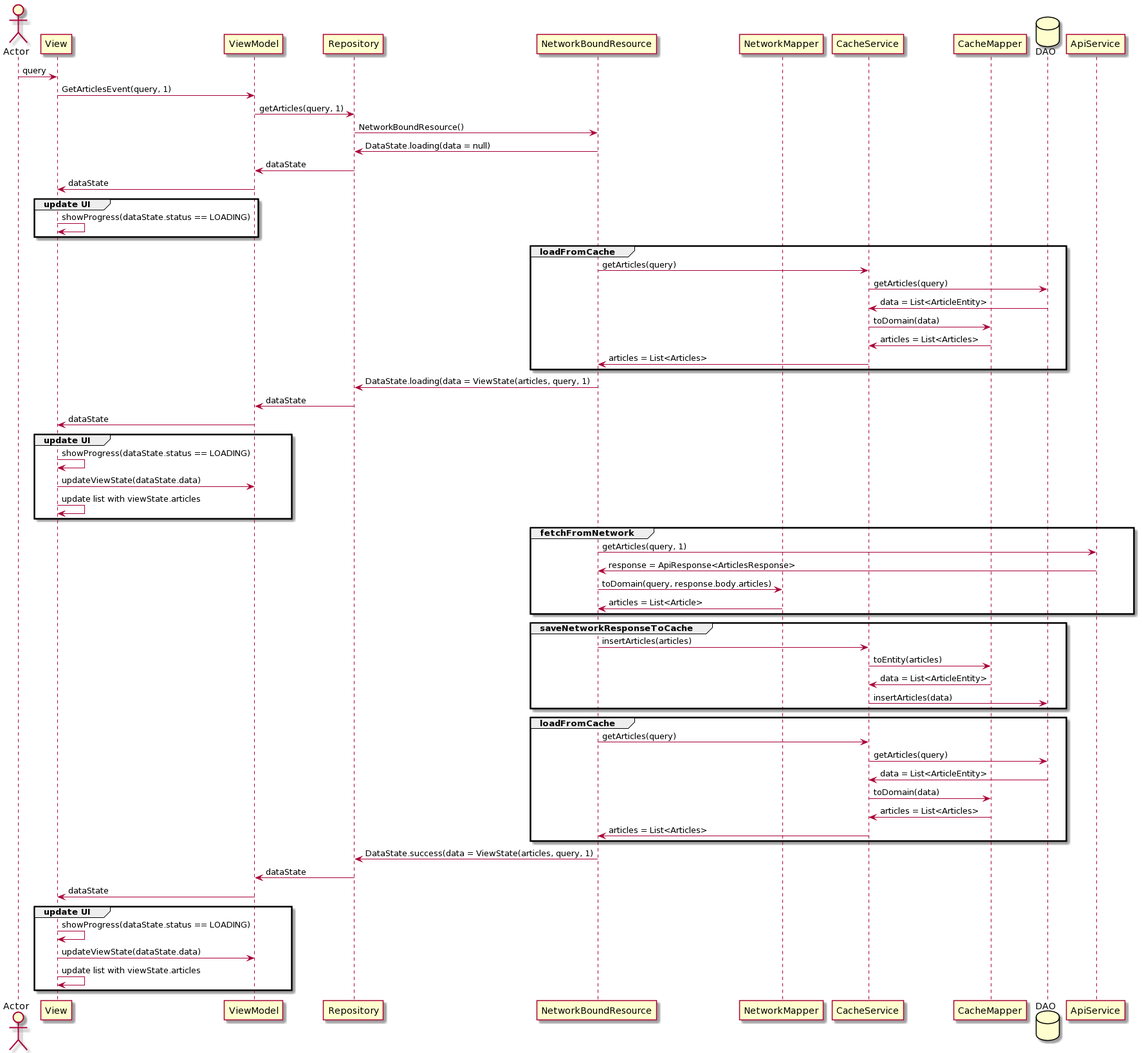
The PlantUML diagram docs/mvi.png in juanmendez/news, before a commit.
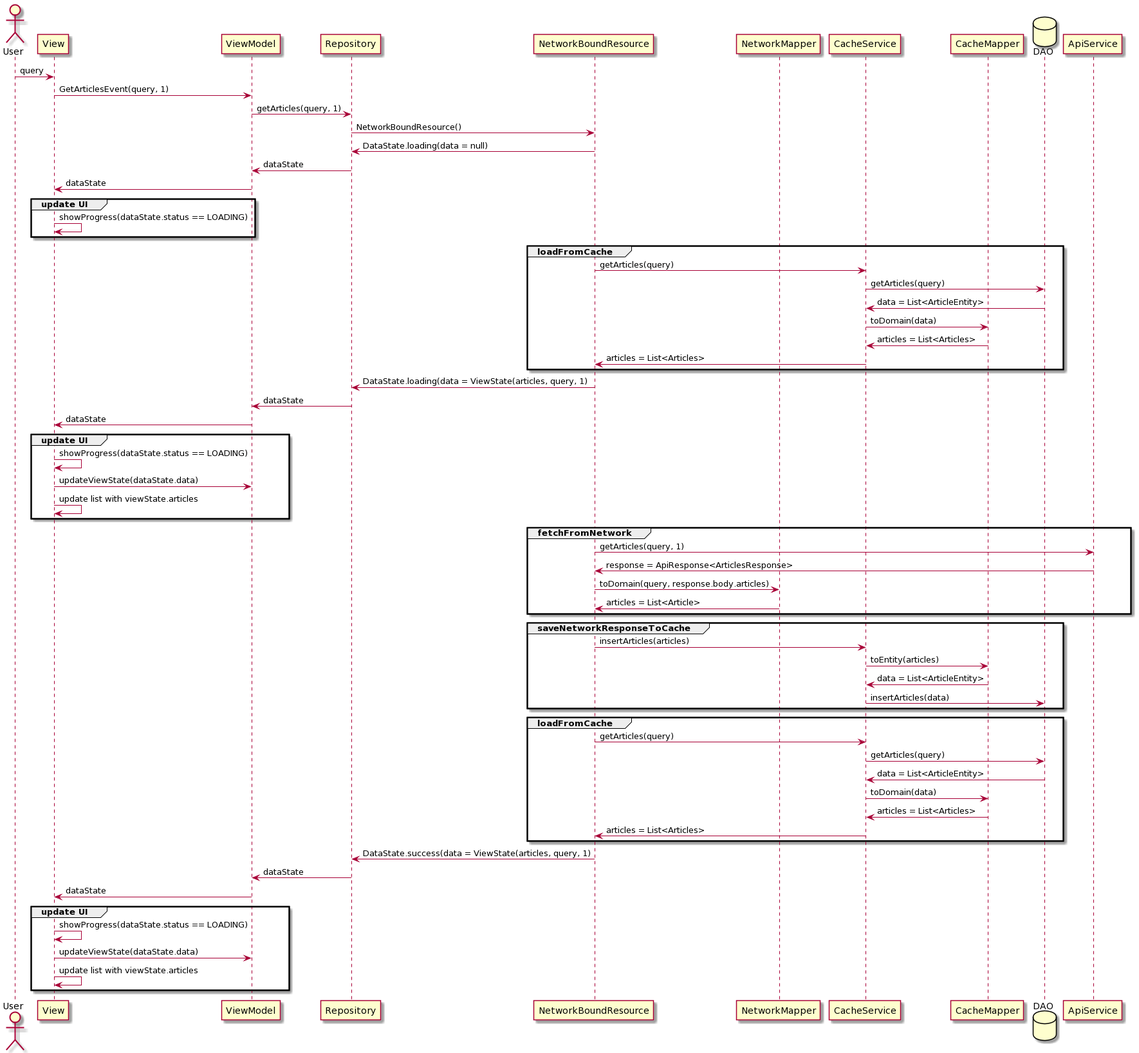
After the change.

Commit message:
updated MVI uml

What changed in the source:
```diff
@@ -1,5 +1,5 @@
 @startuml
-actor         Actor                  as Foo1
+actor         User                   as Foo1
 participant   View                   as Foo2
 participant   ViewModel              as Foo3
 participant   Repository             as Foo4
```
